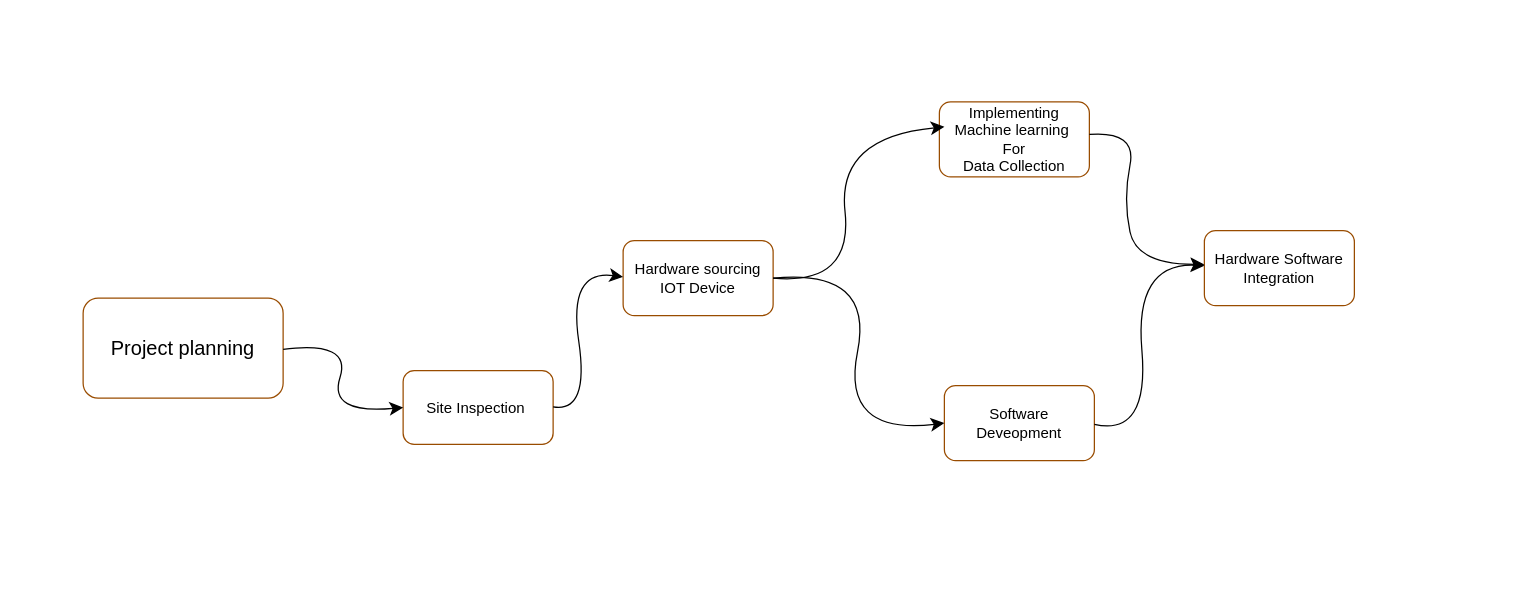
Before: Automated_power_system.drawio in tejaswibhagat/Automated-power-consumption-analysis, a draw.io diagram. Source tidied: cells renumbered, new cells numbered last; positions are measured from the earlier drawing's top-left corner, leaving out a move shared by most shapes. Both pictures are drawn from the tidied source at 125%, with x=0, y=0 at pixel (82, 101).
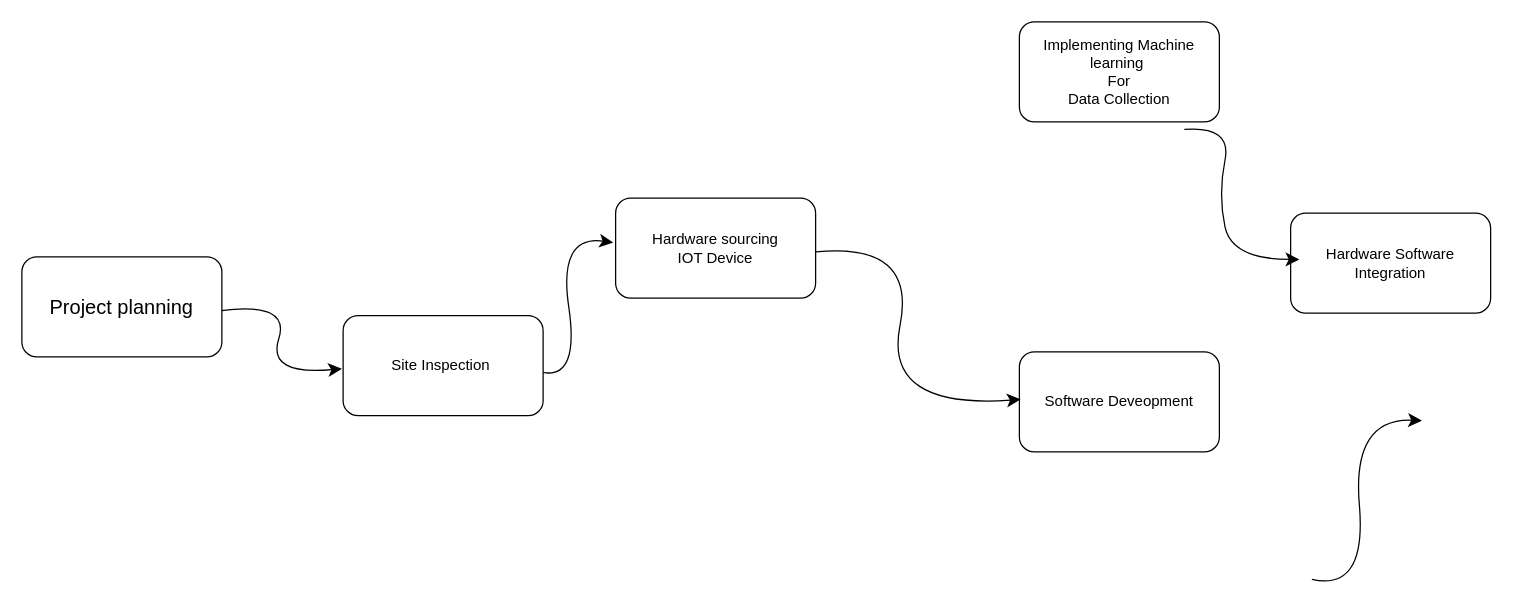
The same diagram, later.

What changed in the source:
```diff
@@
-    <mxCell id="2" value="&lt;span style=&quot;font-size: 16px;&quot;&gt;Project planning&lt;/span&gt;" style="rounded=1;whiteSpace=wrap;html=1;strokeColor=#994C00;" parent="1" vertex="1">
-      <mxGeometry y="157" width="160" height="80" as="geometry" />
+    <mxCell id="2" value="&lt;span style=&quot;font-size: 16px;&quot;&gt;Project planning&lt;/span&gt;" style="rounded=1;whiteSpace=wrap;html=1;labelBackgroundColor=none;" parent="1" vertex="1">
+      <mxGeometry x="-49" y="124" width="160" height="80" as="geometry" />
     </mxCell>
-    <mxCell id="3" value="Site Inspection&amp;nbsp;" style="rounded=1;whiteSpace=wrap;html=1;strokeColor=#994C00;" parent="1" vertex="1">
-      <mxGeometry x="256" y="215" width="120" height="59" as="geometry" />
+    <mxCell id="3" value="Site Inspection&amp;nbsp;" style="rounded=1;whiteSpace=wrap;html=1;labelBackgroundColor=none;" parent="1" vertex="1">
+      <mxGeometry x="208" y="171" width="160" height="80" as="geometry" />
     </mxCell>
-    <mxCell id="4" value="Implementing Machine learning&amp;nbsp;&lt;div&gt;For&lt;/div&gt;&lt;div&gt;Data Collection&lt;/div&gt;" style="rounded=1;whiteSpace=wrap;html=1;strokeColor=#994C00;" parent="1" vertex="1">
-      <mxGeometry x="685" width="120" height="60" as="geometry" />
+    <mxCell id="4" value="Implementing Machine learning&amp;nbsp;&lt;div&gt;For&lt;/div&gt;&lt;div&gt;Data Collection&lt;/div&gt;" style="rounded=1;whiteSpace=wrap;html=1;labelBackgroundColor=none;" parent="1" vertex="1">
+      <mxGeometry x="749" y="-64" width="160" height="80" as="geometry" />
     </mxCell>
-    <mxCell id="5" value="Software Deveopment" style="rounded=1;whiteSpace=wrap;html=1;strokeColor=#994C00;" parent="1" vertex="1">
-      <mxGeometry x="689" y="227" width="120" height="60" as="geometry" />
+    <mxCell id="5" value="Software Deveopment" style="rounded=1;whiteSpace=wrap;html=1;labelBackgroundColor=none;" parent="1" vertex="1">
+      <mxGeometry x="749" y="200" width="160" height="80" as="geometry" />
     </mxCell>
-    <mxCell id="6" value="Hardware Software&lt;div&gt;Integration&lt;/div&gt;" style="rounded=1;whiteSpace=wrap;html=1;strokeColor=#994C00;" parent="1" vertex="1">
-      <mxGeometry x="897" y="103" width="120" height="60" as="geometry" />
+    <mxCell id="6" value="Hardware Software&lt;div&gt;Integration&lt;/div&gt;" style="rounded=1;whiteSpace=wrap;html=1;labelBackgroundColor=none;" parent="1" vertex="1">
+      <mxGeometry x="966" y="89" width="160" height="80" as="geometry" />
     </mxCell>
-    <mxCell id="7" value="&lt;span style=&quot;caret-color: rgb(0, 0, 0); color: rgb(0, 0, 0); font-family: Helvetica; font-size: 12px; font-style: normal; font-variant-caps: normal; font-weight: 400; letter-spacing: normal; orphans: auto; text-align: center; text-indent: 0px; text-transform: none; white-space: normal; widows: auto; word-spacing: 0px; -webkit-tap-highlight-color: rgba(26, 26, 26, 0.3); -webkit-text-size-adjust: none; -webkit-text-stroke-width: 0px; background-color: rgb(255, 255, 255); text-decoration: none; display: inline !important; float: none;&quot;&gt;Hardware sourcing&lt;/span&gt;&lt;div style=&quot;caret-color: rgb(0, 0, 0); color: rgb(0, 0, 0); font-family: Helvetica; font-size: 12px; font-style: normal; font-variant-caps: normal; font-weight: 400; letter-spacing: normal; orphans: auto; text-align: center; text-indent: 0px; text-transform: none; white-space: normal; widows: auto; word-spacing: 0px; -webkit-tap-highlight-color: rgba(26, 26, 26, 0.3); -webkit-text-size-adjust: none; -webkit-text-stroke-width: 0px; text-decoration: none;&quot;&gt;IOT Device&lt;/div&gt;" style="rounded=1;whiteSpace=wrap;html=1;strokeColor=#994C00;" parent="1" vertex="1">
-      <mxGeometry x="432" y="111" width="120" height="60" as="geometry" />
+    <mxCell id="7" value="&lt;span style=&quot;caret-color: rgb(0, 0, 0); color: rgb(0, 0, 0); font-family: Helvetica; font-size: 12px; font-style: normal; font-variant-caps: normal; font-weight: 400; letter-spacing: normal; orphans: auto; text-align: center; text-indent: 0px; text-transform: none; white-space: normal; widows: auto; word-spacing: 0px; -webkit-tap-highlight-color: rgba(26, 26, 26, 0.3); -webkit-text-size-adjust: none; -webkit-text-stroke-width: 0px; background-color: rgb(255, 255, 255); text-decoration: none; display: inline !important; float: none;&quot;&gt;Hardware sourcing&lt;/span&gt;&lt;div style=&quot;caret-color: rgb(0, 0, 0); color: rgb(0, 0, 0); font-family: Helvetica; font-size: 12px; font-style: normal; font-variant-caps: normal; font-weight: 400; letter-spacing: normal; orphans: auto; text-align: center; text-indent: 0px; text-transform: none; white-space: normal; widows: auto; word-spacing: 0px; -webkit-tap-highlight-color: rgba(26, 26, 26, 0.3); -webkit-text-size-adjust: none; -webkit-text-stroke-width: 0px; text-decoration: none;&quot;&gt;IOT Device&lt;/div&gt;" style="rounded=1;whiteSpace=wrap;html=1;labelBackgroundColor=none;" parent="1" vertex="1">
+      <mxGeometry x="426" y="77" width="160" height="80" as="geometry" />
     </mxCell>
-    <mxCell id="8" style="edgeStyle=none;jettySize=auto;html=1;rounded=0;fontSize=12;startSize=8;endSize=8;curved=1;entryX=0;entryY=0.5;entryDx=0;entryDy=0;" parent="1" edge="1" target="3">
+    <mxCell id="8" style="edgeStyle=none;orthogonalLoop=1;jettySize=auto;html=1;rounded=0;fontSize=12;startSize=8;endSize=8;curved=1;entryX=0;entryY=0.5;entryDx=0;entryDy=0;labelBackgroundColor=none;fontColor=default;" parent="1" edge="1">
       <mxGeometry relative="1" as="geometry">
-        <mxPoint x="160" y="198" as="sourcePoint" />
+        <mxPoint x="111" y="167" as="sourcePoint" />
+        <mxPoint x="207" y="213.5" as="targetPoint" />
         <Array as="points">
-          <mxPoint x="215" y="191" />
-          <mxPoint x="196" y="250" />
+          <mxPoint x="166" y="160" />
+          <mxPoint x="147" y="219" />
         </Array>
       </mxGeometry>
     </mxCell>
-    <mxCell id="9" style="edgeStyle=none;orthogonalLoop=1;jettySize=auto;html=1;rounded=0;fontSize=12;startSize=8;endSize=8;curved=1;entryX=0;entryY=0.5;entryDx=0;entryDy=0;exitX=1;exitY=0.5;exitDx=0;exitDy=0;" parent="1" edge="1">
+    <mxCell id="9" style="edgeStyle=none;orthogonalLoop=1;jettySize=auto;html=1;rounded=0;fontSize=12;startSize=8;endSize=8;curved=1;entryX=0;entryY=0.5;entryDx=0;entryDy=0;exitX=1;exitY=0.5;exitDx=0;exitDy=0;labelBackgroundColor=none;fontColor=default;" parent="1" edge="1">
       <mxGeometry relative="1" as="geometry">
-        <mxPoint x="376" y="244" as="sourcePoint" />
-        <mxPoint x="432" y="140" as="targetPoint" />
+        <mxPoint x="368" y="216.5" as="sourcePoint" />
+        <mxPoint x="424" y="112.5" as="targetPoint" />
         <Array as="points">
-          <mxPoint x="405" y="249" />
-          <mxPoint x="388" y="134" />
+          <mxPoint x="397" y="221.5" />
+          <mxPoint x="380" y="106.5" />
         </Array>
       </mxGeometry>
     </mxCell>
-    <mxCell id="10" style="edgeStyle=none;jettySize=auto;html=1;rounded=0;fontSize=12;startSize=8;endSize=8;curved=1;entryX=0;entryY=0.5;entryDx=0;entryDy=0;exitX=1;exitY=0.5;exitDx=0;exitDy=0;" parent="1" edge="1" source="7">
-      <mxGeometry relative="1" as="geometry">
-        <mxPoint x="689" y="20" as="targetPoint" />
-        <Array as="points">
-          <mxPoint x="616" y="147" />
-          <mxPoint x="603" y="28" />
-        </Array>
-      </mxGeometry>
-    </mxCell>
-    <mxCell id="11" style="edgeStyle=none;jettySize=auto;html=1;rounded=0;fontSize=12;startSize=8;endSize=8;curved=1;entryX=0;entryY=0.5;entryDx=0;entryDy=0;" parent="1" edge="1" target="5">
+    <mxCell id="11" style="edgeStyle=none;orthogonalLoop=1;jettySize=auto;html=1;rounded=0;fontSize=12;startSize=8;endSize=8;curved=1;entryX=0;entryY=0.5;entryDx=0;entryDy=0;labelBackgroundColor=none;fontColor=default;" parent="1" edge="1">
       <mxGeometry relative="1" as="geometry">
-        <mxPoint x="552" y="141" as="sourcePoint" />
+        <mxPoint x="586" y="120" as="sourcePoint" />
+        <mxPoint x="750" y="238" as="targetPoint" />
         <Array as="points">
-          <mxPoint x="633" y="133" />
-          <mxPoint x="606" y="267" />
+          <mxPoint x="667" y="112" />
+          <mxPoint x="640" y="246" />
         </Array>
       </mxGeometry>
     </mxCell>
-    <mxCell id="12" style="edgeStyle=none;orthogonalLoop=1;jettySize=auto;html=1;rounded=0;fontSize=12;startSize=8;endSize=8;curved=1;entryX=0;entryY=0.5;entryDx=0;entryDy=0;" parent="1" edge="1">
+    <mxCell id="12" style="edgeStyle=none;orthogonalLoop=1;jettySize=auto;html=1;rounded=0;fontSize=12;startSize=8;endSize=8;curved=1;entryX=0;entryY=0.5;entryDx=0;entryDy=0;labelBackgroundColor=none;fontColor=default;" parent="1" edge="1">
       <mxGeometry relative="1" as="geometry">
-        <mxPoint x="805" y="26" as="sourcePoint" />
-        <mxPoint x="897" y="130" as="targetPoint" />
+        <mxPoint x="881" y="22" as="sourcePoint" />
+        <mxPoint x="973" y="126" as="targetPoint" />
         <Array as="points">
-          <mxPoint x="843" y="23" />
-          <mxPoint x="832" y="78" />
-          <mxPoint x="843" y="130" />
+          <mxPoint x="919" y="19" />
+          <mxPoint x="908" y="74" />
+          <mxPoint x="919" y="126" />
         </Array>
       </mxGeometry>
     </mxCell>
-    <mxCell id="13" style="edgeStyle=none;orthogonalLoop=1;jettySize=auto;html=1;rounded=0;fontSize=12;startSize=8;endSize=8;curved=1;exitX=1;exitY=0.5;exitDx=0;exitDy=0;" parent="1" edge="1">
+    <mxCell id="13" style="edgeStyle=none;orthogonalLoop=1;jettySize=auto;html=1;rounded=0;fontSize=12;startSize=8;endSize=8;curved=1;exitX=1;exitY=0.5;exitDx=0;exitDy=0;labelBackgroundColor=none;fontColor=default;" parent="1" edge="1">
       <mxGeometry relative="1" as="geometry">
-        <mxPoint x="809" y="258" as="sourcePoint" />
-        <mxPoint x="897" y="131" as="targetPoint" />
+        <mxPoint x="983" y="382" as="sourcePoint" />
+        <mxPoint x="1071" y="255" as="targetPoint" />
         <Array as="points">
-          <mxPoint x="853" y="268" />
-          <mxPoint x="841" y="129" />
+          <mxPoint x="1027" y="392" />
+          <mxPoint x="1015" y="253" />
         </Array>
       </mxGeometry>
     </mxCell>
```
